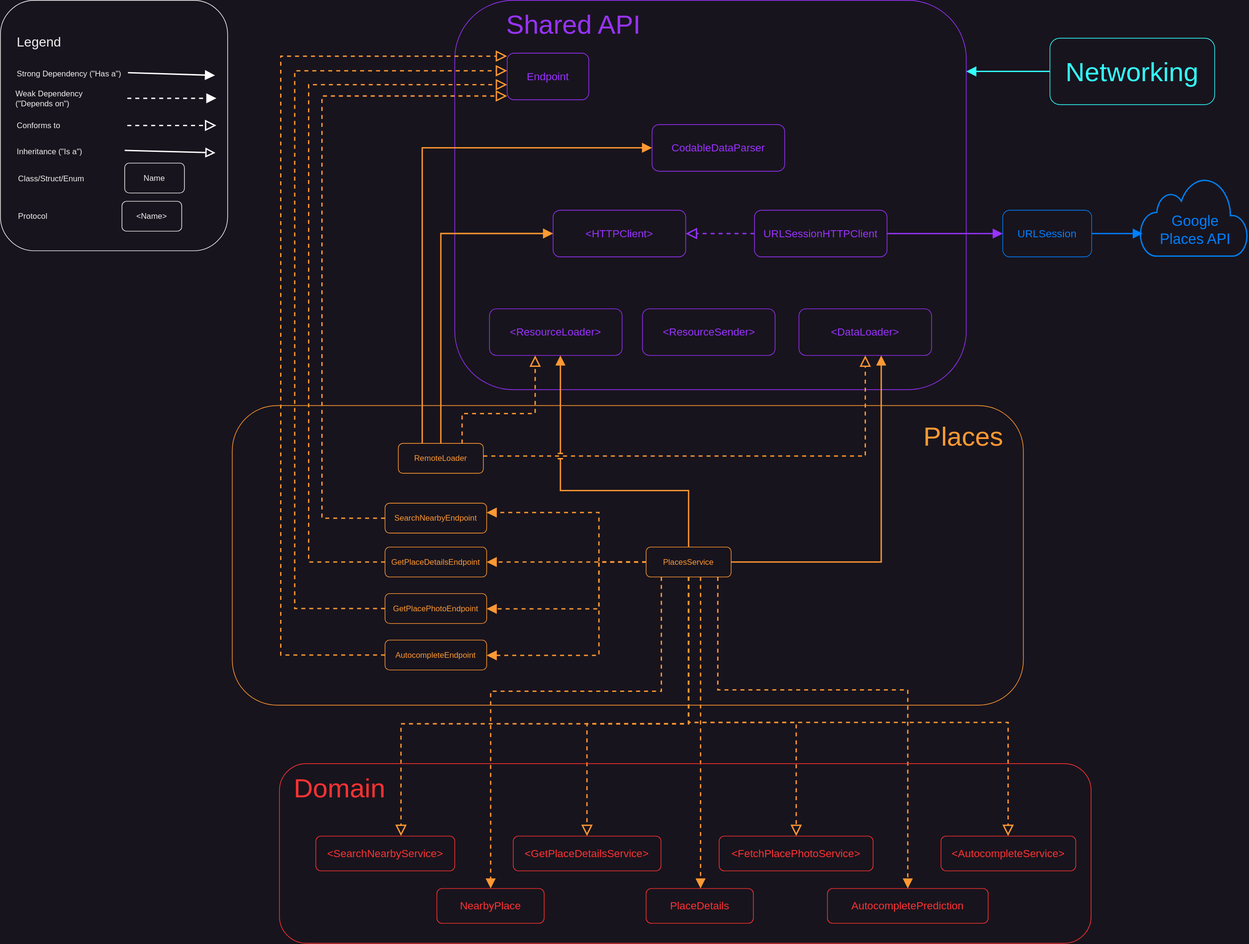
Before: Diagrams/Places.svg, a diagram exported from draw.io (marian-stanciulica/Foodybite). Source tidied: cells renumbered, new cells last; positions are measured from the earlier drawing's top-left corner, leaving out a move shared by most shapes.
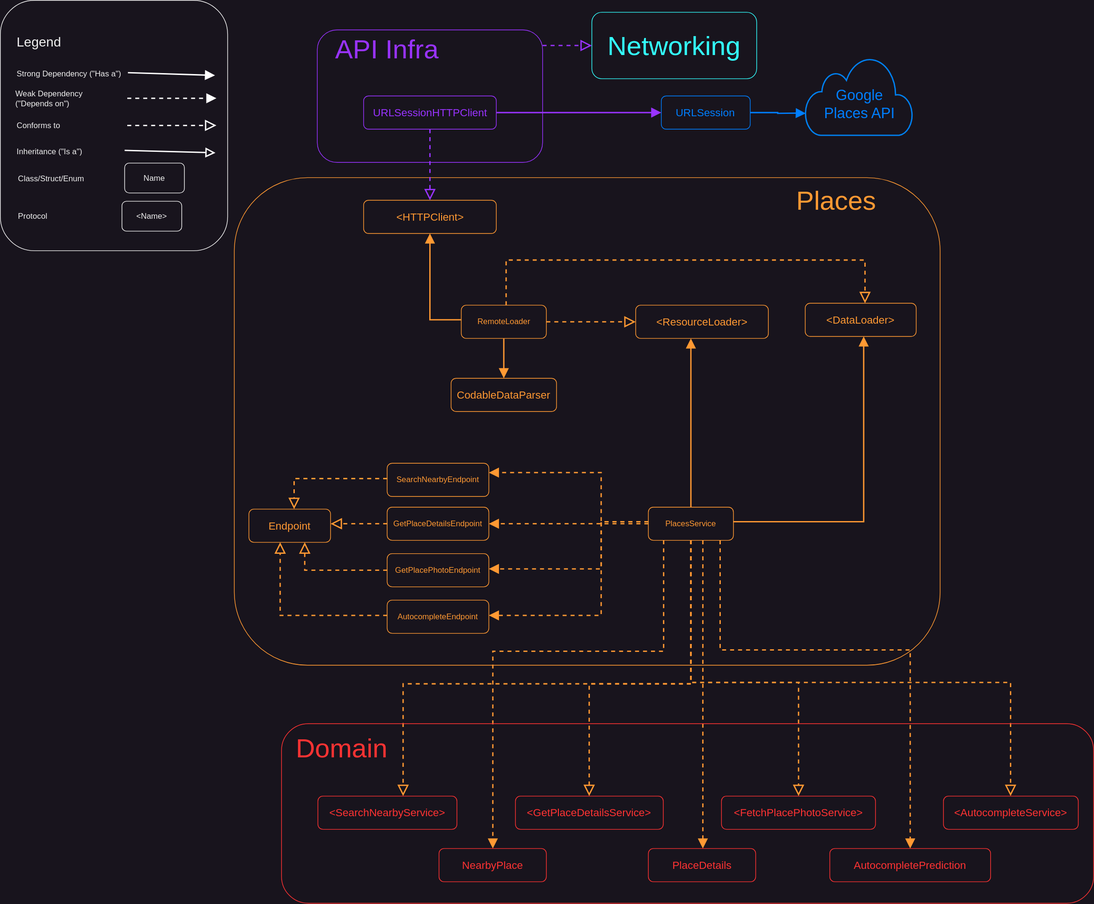
The same file after the commit.

Commit message:
Places diagram updated with the new 'API Infra' module

Change to the diagram source:
```diff
@@ -4,51 +4,21 @@
     <mxCell id="1" parent="0" />
+    <mxCell id="4" style="rounded=1;whiteSpace=wrap;html=1;fontFamily=Helvetica;fontSize=11;fontColor=#9933FF;strokeColor=#9933FF;" parent="1" vertex="1">
+      <mxGeometry x="473.9" y="104.5" width="339" height="199.5" as="geometry" />
+    </mxCell>
+    <mxCell id="73" style="edgeStyle=orthogonalEdgeStyle;shape=connector;rounded=0;jettySize=auto;html=1;dashed=1;labelBackgroundColor=default;strokeColor=#9933FF;strokeWidth=2;fontFamily=Helvetica;fontSize=11;fontColor=#9933FF;endArrow=block;endFill=0;endSize=12;" parent="1" edge="1" source="4" target="15">
+      <mxGeometry relative="1" as="geometry">
+        <Array as="points">
+          <mxPoint x="830" y="128" />
+          <mxPoint x="830" y="128" />
+        </Array>
+      </mxGeometry>
+    </mxCell>
     <mxCell id="2" style="rounded=1;whiteSpace=wrap;html=1;strokeColor=#FF9933;fontFamily=Helvetica;fontSize=11;fontColor=#FF9933;fillColor=default;" parent="1" vertex="1">
-      <mxGeometry x="349" y="610" width="1191" height="451" as="geometry" />
+      <mxGeometry x="349" y="327" width="1062" height="734" as="geometry" />
     </mxCell>
-    <mxCell id="3" style="group;fontColor=#9933FF;strokeColor=none;" parent="1" vertex="1">
-      <mxGeometry x="684" width="770" height="586" as="geometry" />
-    </mxCell>
-    <mxCell id="4" style="rounded=1;whiteSpace=wrap;html=1;fontFamily=Helvetica;fontSize=11;fontColor=#9933FF;strokeColor=#9933FF;" parent="3" vertex="1">
-      <mxGeometry width="770" height="586" as="geometry" />
-    </mxCell>
-    <mxCell id="5" value="Endpoint" style="rounded=1;whiteSpace=wrap;html=1;fontSize=16;fontColor=#9933FF;strokeColor=#9933FF;" parent="3" vertex="1">
-      <mxGeometry x="78.8" y="79.5" width="122.9" height="70.2" as="geometry" />
-    </mxCell>
-    <mxCell id="6" value="CodableDataParser" style="rounded=1;whiteSpace=wrap;html=1;fontSize=16;fontColor=#9933FF;strokeColor=#9933FF;" parent="3" vertex="1">
-      <mxGeometry x="297" y="187" width="199.7" height="70.2" as="geometry" />
-    </mxCell>
-    <mxCell id="7" value="&amp;lt;HTTPClient&amp;gt;" style="rounded=1;whiteSpace=wrap;html=1;fontSize=16;fontColor=#9933FF;strokeColor=#9933FF;" parent="3" vertex="1">
-      <mxGeometry x="148" y="316" width="199.7" height="70.2" as="geometry" />
-    </mxCell>
-    <mxCell id="8" style="edgeStyle=orthogonalEdgeStyle;shape=connector;rounded=0;jettySize=auto;html=1;dashed=1;labelBackgroundColor=default;strokeWidth=2;fontFamily=Helvetica;fontSize=11;fontColor=#9933FF;endArrow=block;endFill=0;endSize=12;strokeColor=#9933FF;" parent="3" edge="1" source="9" target="7">
-      <mxGeometry relative="1" as="geometry" />
-    </mxCell>
-    <mxCell id="9" value="URLSessionHTTPClient" style="rounded=1;whiteSpace=wrap;html=1;fontSize=16;fontColor=#9933FF;strokeColor=#9933FF;" parent="3" vertex="1">
-      <mxGeometry x="451.1" y="316" width="199.7" height="70.2" as="geometry" />
-    </mxCell>
-    <mxCell id="10" value="&amp;lt;ResourceLoader&amp;gt;" style="rounded=1;whiteSpace=wrap;html=1;fontSize=16;fontColor=#9933FF;strokeColor=#9933FF;" parent="3" vertex="1">
-      <mxGeometry x="52.2" y="464.4" width="199.7" height="70.2" as="geometry" />
-    </mxCell>
-    <mxCell id="11" value="&amp;lt;ResourceSender&amp;gt;" style="rounded=1;whiteSpace=wrap;html=1;fontSize=16;fontColor=#9933FF;strokeColor=#9933FF;" parent="3" vertex="1">
-      <mxGeometry x="282.6" y="464.4" width="199.7" height="70.2" as="geometry" />
-    </mxCell>
-    <mxCell id="12" value="&amp;lt;DataLoader&amp;gt;" style="rounded=1;whiteSpace=wrap;html=1;fontSize=16;fontColor=#9933FF;strokeColor=#9933FF;" parent="3" vertex="1">
-      <mxGeometry x="518.1" y="464.4" width="199.7" height="70.2" as="geometry" />
-    </mxCell>
-    <mxCell id="13" value="&lt;font style=&quot;font-size: 40px;&quot;&gt;Shared API&lt;/font&gt;" style="text;html=1;align=center;verticalAlign=middle;whiteSpace=wrap;rounded=0;fontSize=40;fontFamily=Helvetica;fontColor=#9933FF;strokeColor=none;" parent="3" vertex="1">
-      <mxGeometry x="48.1" y="18.7" width="262.1" height="35.1" as="geometry" />
-    </mxCell>
-    <mxCell id="14" style="edgeStyle=orthogonalEdgeStyle;shape=connector;rounded=0;jumpStyle=none;jettySize=auto;html=1;labelBackgroundColor=default;strokeColor=#33FFFF;strokeWidth=2;fontFamily=Helvetica;fontSize=11;fontColor=#33FFFF;endArrow=block;endFill=1;endSize=10;fillColor=#f0a30a;" parent="1" edge="1" source="15" target="4">
-      <mxGeometry relative="1" as="geometry">
-        <Array as="points">
-          <mxPoint x="1480" y="107" />
-          <mxPoint x="1480" y="107" />
-        </Array>
-      </mxGeometry>
-    </mxCell>
     <mxCell id="15" value="Networking" style="rounded=1;whiteSpace=wrap;html=1;fontFamily=Helvetica;fontSize=40;fontColor=#33FFFF;strokeColor=#33FFFF;" parent="1" vertex="1">
-      <mxGeometry x="1580" y="57" width="248" height="100" as="geometry" />
+      <mxGeometry x="887" y="78" width="248" height="100" as="geometry" />
     </mxCell>
     <mxCell id="16" style="group;" parent="1" vertex="1">
-      <mxGeometry width="342" height="394" as="geometry" />
+      <mxGeometry x="-3" y="60" width="342" height="394" as="geometry" />
     </mxCell>
@@ -111,4 +81,3 @@
         <Array as="points">
-          <mxPoint x="484" y="780" />
-          <mxPoint x="484" y="144" />
+          <mxPoint x="439" y="780" />
         </Array>
@@ -117,3 +86,3 @@
     <mxCell id="32" value="SearchNearbyEndpoint" style="rounded=1;whiteSpace=wrap;html=1;strokeColor=#FF9933;fontColor=#FF9933;" parent="1" vertex="1">
-      <mxGeometry x="579" y="757" width="153" height="45" as="geometry" />
+      <mxGeometry x="579" y="757" width="153" height="50" as="geometry" />
     </mxCell>
@@ -122,4 +91,4 @@
         <Array as="points">
-          <mxPoint x="464" y="846" />
-          <mxPoint x="464" y="127" />
+          <mxPoint x="443" y="846" />
+          <mxPoint x="443" y="873" />
         </Array>
@@ -128,3 +97,3 @@
     <mxCell id="34" value="GetPlaceDetailsEndpoint" style="rounded=1;whiteSpace=wrap;html=1;strokeColor=#FF9933;fontColor=#FF9933;" parent="1" vertex="1">
-      <mxGeometry x="579" y="823" width="153" height="45" as="geometry" />
+      <mxGeometry x="579" y="823" width="153" height="50" as="geometry" />
     </mxCell>
@@ -133,4 +102,3 @@
         <Array as="points">
-          <mxPoint x="443" y="916" />
-          <mxPoint x="443" y="106" />
+          <mxPoint x="455" y="918" />
         </Array>
@@ -139,3 +107,3 @@
     <mxCell id="36" value="GetPlacePhotoEndpoint" style="rounded=1;whiteSpace=wrap;html=1;strokeColor=#FF9933;fontColor=#FF9933;" parent="1" vertex="1">
-      <mxGeometry x="579" y="893" width="153" height="45" as="geometry" />
+      <mxGeometry x="579" y="893" width="153" height="50" as="geometry" />
     </mxCell>
@@ -144,4 +112,3 @@
         <Array as="points">
-          <mxPoint x="422" y="986" />
-          <mxPoint x="422" y="84" />
+          <mxPoint x="418" y="986" />
         </Array>
@@ -150,11 +117,4 @@
     <mxCell id="38" value="AutocompleteEndpoint" style="rounded=1;whiteSpace=wrap;html=1;strokeColor=#FF9933;fontColor=#FF9933;" parent="1" vertex="1">
-      <mxGeometry x="579" y="963" width="153" height="45" as="geometry" />
+      <mxGeometry x="579" y="963" width="153" height="50" as="geometry" />
     </mxCell>
-    <mxCell id="39" style="edgeStyle=orthogonalEdgeStyle;shape=connector;rounded=0;jumpStyle=line;jettySize=auto;html=1;labelBackgroundColor=default;strokeColor=#FF9933;strokeWidth=2;fontFamily=Helvetica;fontSize=11;fontColor=default;endArrow=block;endFill=1;endSize=10;fillColor=#f0a30a;" parent="1" edge="1" source="43" target="7">
-      <mxGeometry relative="1" as="geometry">
-        <Array as="points">
-          <mxPoint x="663" y="351" />
-        </Array>
-      </mxGeometry>
-    </mxCell>
     <mxCell id="40" style="edgeStyle=orthogonalEdgeStyle;shape=connector;rounded=0;jettySize=auto;html=1;dashed=1;labelBackgroundColor=default;strokeColor=#FF9933;strokeWidth=2;fontFamily=Helvetica;fontSize=11;fontColor=default;endArrow=block;endFill=0;endSize=12;fillColor=#f0a30a;" parent="1" edge="1" source="43" target="10">
@@ -162,4 +122,3 @@
         <Array as="points">
-          <mxPoint x="695" y="622" />
-          <mxPoint x="805" y="622" />
+          <mxPoint x="1000" y="545" />
         </Array>
@@ -170,3 +129,4 @@
         <Array as="points">
-          <mxPoint x="1302" y="686" />
+          <mxPoint x="758" y="451" />
+          <mxPoint x="1298" y="451" />
         </Array>
@@ -174,11 +134,14 @@
     </mxCell>
+    <mxCell id="39" style="edgeStyle=orthogonalEdgeStyle;shape=connector;rounded=0;jumpStyle=line;jettySize=auto;html=1;entryX=0.5;entryY=1;entryDx=0;entryDy=0;labelBackgroundColor=default;strokeColor=#FF9933;strokeWidth=2;fontFamily=Helvetica;fontSize=11;fontColor=default;endArrow=block;endFill=1;endSize=10;fillColor=#f0a30a;" parent="1" edge="1" source="43" target="7">
+      <mxGeometry relative="1" as="geometry">
+        <Array as="points">
+          <mxPoint x="643" y="541" />
+        </Array>
+      </mxGeometry>
+    </mxCell>
     <mxCell id="42" style="edgeStyle=orthogonalEdgeStyle;shape=connector;rounded=0;jumpStyle=line;jettySize=auto;html=1;labelBackgroundColor=default;strokeColor=#FF9933;strokeWidth=2;fontFamily=Helvetica;fontSize=11;fontColor=default;endArrow=block;endFill=1;endSize=10;fillColor=#f0a30a;" parent="1" edge="1" source="43" target="6">
-      <mxGeometry relative="1" as="geometry">
-        <Array as="points">
-          <mxPoint x="635" y="222" />
-        </Array>
-      </mxGeometry>
+      <mxGeometry relative="1" as="geometry" />
     </mxCell>
     <mxCell id="43" value="RemoteLoader" style="rounded=1;whiteSpace=wrap;html=1;strokeColor=#FF9933;fontColor=#FF9933;" parent="1" vertex="1">
-      <mxGeometry x="599" y="667" width="128" height="45" as="geometry" />
+      <mxGeometry x="690.5" y="519" width="128" height="50" as="geometry" />
     </mxCell>
@@ -214,4 +177,4 @@
         <Array as="points">
-          <mxPoint x="1036" y="738" />
-          <mxPoint x="843" y="738" />
+          <mxPoint x="1036" y="676" />
+          <mxPoint x="1036" y="676" />
         </Array>
@@ -222,3 +185,3 @@
         <Array as="points">
-          <mxPoint x="1326" y="845" />
+          <mxPoint x="1296" y="845" />
         </Array>
@@ -283,3 +246,3 @@
     <mxCell id="57" value="PlacesService" style="rounded=1;whiteSpace=wrap;html=1;strokeColor=#FF9933;fontColor=#FF9933;" parent="1" vertex="1">
-      <mxGeometry x="972" y="823" width="128" height="45" as="geometry" />
+      <mxGeometry x="972" y="823" width="128" height="50" as="geometry" />
     </mxCell>
@@ -292,38 +255,36 @@
     <mxCell id="60" value="&amp;lt;SearchNearbyService&amp;gt;" style="rounded=1;whiteSpace=wrap;html=1;fontSize=16;fontColor=#FF3333;fillColor=none;strokeColor=#FF3333;" parent="1" vertex="1">
-      <mxGeometry x="474.8" y="1258" width="209.2" height="52.3" as="geometry" />
+      <mxGeometry x="474.8" y="1258" width="209.2" height="50" as="geometry" />
     </mxCell>
     <mxCell id="61" value="&amp;lt;GetPlaceDetailsService&amp;gt;" style="rounded=1;whiteSpace=wrap;html=1;fontSize=16;fontColor=#FF3333;fillColor=none;strokeColor=#FF3333;" parent="1" vertex="1">
-      <mxGeometry x="772" y="1258" width="222.4" height="52.3" as="geometry" />
+      <mxGeometry x="772" y="1258" width="222.4" height="50" as="geometry" />
     </mxCell>
     <mxCell id="62" value="&amp;lt;AutocompleteService&amp;gt;" style="rounded=1;whiteSpace=wrap;html=1;fontSize=16;fontColor=#FF3333;fillColor=none;strokeColor=#FF3333;" parent="1" vertex="1">
-      <mxGeometry x="1416" y="1258" width="202.9" height="52.3" as="geometry" />
+      <mxGeometry x="1416" y="1258" width="202.9" height="50" as="geometry" />
     </mxCell>
     <mxCell id="63" value="&amp;lt;FetchPlacePhotoService&amp;gt;" style="rounded=1;whiteSpace=wrap;html=1;fontSize=16;fontColor=#FF3333;fillColor=none;strokeColor=#FF3333;" parent="1" vertex="1">
-      <mxGeometry x="1082" y="1258" width="231.8" height="52.3" as="geometry" />
+      <mxGeometry x="1082" y="1258" width="231.8" height="50" as="geometry" />
     </mxCell>
     <mxCell id="64" value="NearbyPlace" style="rounded=1;whiteSpace=wrap;html=1;fontSize=16;fontColor=#FF3333;fillColor=none;strokeColor=#FF3333;" parent="1" vertex="1">
-      <mxGeometry x="657" y="1337" width="161.5" height="52.3" as="geometry" />
+      <mxGeometry x="657" y="1337" width="161.5" height="50" as="geometry" />
     </mxCell>
     <mxCell id="65" value="AutocompletePrediction" style="rounded=1;whiteSpace=wrap;html=1;fontSize=16;fontColor=#FF3333;fillColor=none;strokeColor=#FF3333;" parent="1" vertex="1">
-      <mxGeometry x="1245" y="1337" width="242" height="52.3" as="geometry" />
+      <mxGeometry x="1245" y="1337" width="242" height="50" as="geometry" />
     </mxCell>
     <mxCell id="66" value="PlaceDetails" style="rounded=1;whiteSpace=wrap;html=1;fontSize=16;fontColor=#FF3333;fillColor=none;strokeColor=#FF3333;" parent="1" vertex="1">
-      <mxGeometry x="972" y="1337" width="161.5" height="52.3" as="geometry" />
+      <mxGeometry x="972" y="1337" width="161.5" height="50" as="geometry" />
     </mxCell>
     <mxCell id="67" value="&lt;font style=&quot;font-size: 40px;&quot;&gt;Places&lt;/font&gt;" style="text;html=1;align=right;verticalAlign=middle;whiteSpace=wrap;rounded=0;fontSize=40;fontFamily=Helvetica;fontColor=#FF9933;strokeColor=none;" parent="1" vertex="1">
-      <mxGeometry x="1250" y="638" width="262.1" height="35.1" as="geometry" />
+      <mxGeometry x="1055" y="343" width="262.1" height="35.1" as="geometry" />
     </mxCell>
     <mxCell id="68" style="html=1;verticalLabelPosition=bottom;align=center;labelBackgroundColor=#ffffff;verticalAlign=top;strokeWidth=2;strokeColor=#0080F0;shadow=0;dashed=0;shape=mxgraph.ios7.icons.cloud;fontFamily=Helvetica;fontSize=11;fontColor=#FF8000;" parent="1" vertex="1">
-      <mxGeometry x="1715.8" y="267" width="162" height="118" as="geometry" />
+      <mxGeometry x="1208" y="145.2" width="162" height="118" as="geometry" />
     </mxCell>
-    <mxCell id="69" style="edgeStyle=orthogonalEdgeStyle;shape=connector;rounded=0;jumpStyle=line;jettySize=auto;html=1;labelBackgroundColor=default;strokeColor=#007FFF;strokeWidth=2;fontFamily=Helvetica;fontSize=11;fontColor=#007FFF;endArrow=block;endFill=1;endSize=10;fillColor=#f0a30a;" parent="1" edge="1" source="70">
-      <mxGeometry relative="1" as="geometry">
-        <mxPoint x="1719.8" y="351" as="targetPoint" />
-      </mxGeometry>
-    </mxCell>
+    <mxCell id="74" style="edgeStyle=orthogonalEdgeStyle;shape=connector;rounded=0;jumpStyle=line;jettySize=auto;html=1;entryX=0.006;entryY=0.72;entryDx=0;entryDy=0;entryPerimeter=0;labelBackgroundColor=default;strokeColor=#007FFF;strokeWidth=2;fontFamily=Helvetica;fontSize=11;fontColor=#007FFF;endArrow=block;endFill=1;endSize=10;fillColor=#f0a30a;" parent="1" edge="1" source="70" target="68">
+      <mxGeometry relative="1" as="geometry" />
+    </mxCell>
     <mxCell id="70" value="URLSession" style="rounded=1;whiteSpace=wrap;html=1;fontSize=16;fontColor=#007FFF;strokeColor=#007FFF;" parent="1" vertex="1">
-      <mxGeometry x="1509" y="316" width="133.8" height="70.2" as="geometry" />
+      <mxGeometry x="991.5" y="204" width="133.8" height="50" as="geometry" />
     </mxCell>
     <mxCell id="71" value="Google Places API" style="text;html=1;strokeColor=none;fillColor=none;align=center;verticalAlign=middle;whiteSpace=wrap;rounded=0;fontSize=22;fontFamily=Helvetica;fontColor=#007FFF;" parent="1" vertex="1">
-      <mxGeometry x="1743" y="313" width="112" height="66" as="geometry" />
+      <mxGeometry x="1232.7" y="176.2" width="114.5" height="81" as="geometry" />
     </mxCell>
@@ -332,2 +293,26 @@
     </mxCell>
+    <mxCell id="5" value="Endpoint" style="rounded=1;whiteSpace=wrap;html=1;fontSize=16;fontColor=#FF9933;strokeColor=#FF9933;" parent="1" vertex="1">
+      <mxGeometry x="371" y="826" width="122.9" height="50" as="geometry" />
+    </mxCell>
+    <mxCell id="6" value="CodableDataParser" style="rounded=1;whiteSpace=wrap;html=1;fontSize=16;fontColor=#FF9933;strokeColor=#FF9933;" parent="1" vertex="1">
+      <mxGeometry x="675.2" y="629" width="158.7" height="50" as="geometry" />
+    </mxCell>
+    <mxCell id="7" value="&amp;lt;HTTPClient&amp;gt;" style="rounded=1;whiteSpace=wrap;html=1;fontSize=16;fontColor=#FF9933;strokeColor=#FF9933;" parent="1" vertex="1">
+      <mxGeometry x="543.5" y="361" width="199.7" height="50" as="geometry" />
+    </mxCell>
+    <mxCell id="8" style="edgeStyle=orthogonalEdgeStyle;shape=connector;rounded=0;jettySize=auto;html=1;dashed=1;labelBackgroundColor=default;strokeWidth=2;fontFamily=Helvetica;fontSize=11;fontColor=#9933FF;endArrow=block;endFill=0;endSize=12;strokeColor=#9933FF;" parent="1" edge="1" source="9" target="7">
+      <mxGeometry relative="1" as="geometry" />
+    </mxCell>
+    <mxCell id="9" value="URLSessionHTTPClient" style="rounded=1;whiteSpace=wrap;html=1;fontSize=16;fontColor=#9933FF;strokeColor=#9933FF;" parent="1" vertex="1">
+      <mxGeometry x="543.5" y="204" width="199.7" height="50" as="geometry" />
+    </mxCell>
+    <mxCell id="10" value="&amp;lt;ResourceLoader&amp;gt;" style="rounded=1;whiteSpace=wrap;html=1;fontSize=16;fontColor=#FF9933;strokeColor=#FF9933;" parent="1" vertex="1">
+      <mxGeometry x="952.9" y="519" width="199.7" height="50" as="geometry" />
+    </mxCell>
+    <mxCell id="12" value="&amp;lt;DataLoader&amp;gt;" style="rounded=1;whiteSpace=wrap;html=1;fontSize=16;fontColor=#FF9933;strokeColor=#FF9933;" parent="1" vertex="1">
+      <mxGeometry x="1208" y="516" width="167" height="50" as="geometry" />
+    </mxCell>
+    <mxCell id="13" value="&lt;font style=&quot;font-size: 40px;&quot;&gt;API Infra&lt;/font&gt;" style="text;html=1;align=center;verticalAlign=middle;whiteSpace=wrap;rounded=0;fontSize=40;fontFamily=Helvetica;fontColor=#9933FF;strokeColor=none;" parent="1" vertex="1">
+      <mxGeometry x="448.3" y="115" width="262.1" height="35.1" as="geometry" />
+    </mxCell>
   </root>
```
